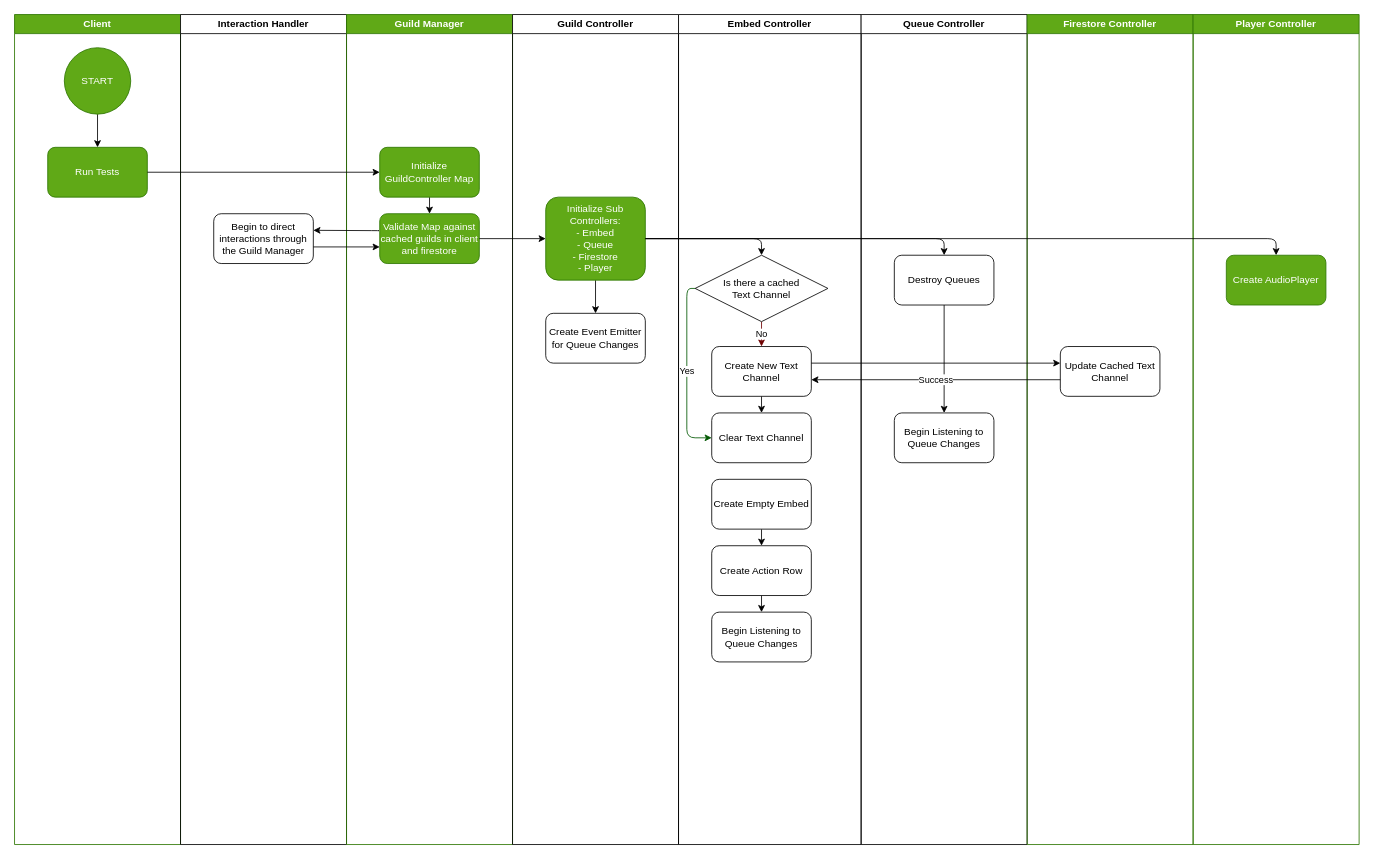
The draw.io diagram planning/draw.io/Initialization_Swimlane.drawio in LukeLeimbach/music-discord-bot, before the edit. Source tidied: cells renumbered, new cells numbered last; positions are measured from the earlier drawing's top-left corner, leaving out a move shared by most shapes. Both pictures are drawn from the tidied source at 83%, with x=0, y=0 at pixel (14, 14).
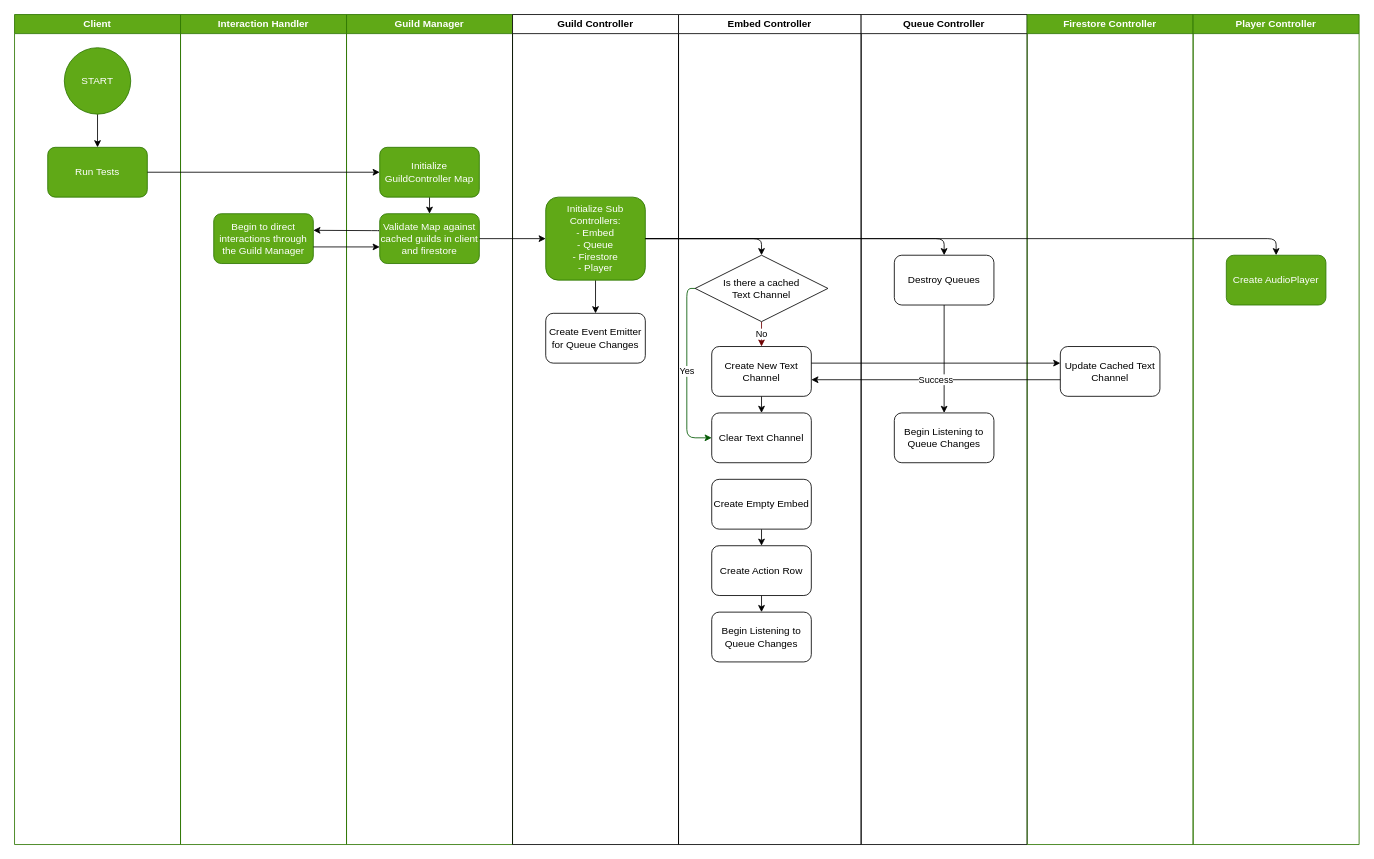
The same diagram, later.

The edit, as a diff of the source:
```diff
@@
-    <mxCell id="6" value="Interaction Handler" style="swimlane;whiteSpace=wrap;html=1;" parent="1" vertex="1">
+    <mxCell id="6" value="Interaction Handler" style="swimlane;whiteSpace=wrap;html=1;fillColor=#60a917;fontColor=#ffffff;strokeColor=#2D7600;" parent="1" vertex="1">
       <mxGeometry x="200" width="200" height="1000" as="geometry" />
     </mxCell>
-    <mxCell id="7" value="Begin to direct interactions through the Guild Manager" style="rounded=1;whiteSpace=wrap;html=1;" parent="6" vertex="1">
+    <mxCell id="7" value="Begin to direct interactions through the Guild Manager" style="rounded=1;whiteSpace=wrap;html=1;fillColor=#60a917;fontColor=#ffffff;strokeColor=#2D7600;" parent="6" vertex="1">
       <mxGeometry x="40" y="240" width="120" height="60" as="geometry" />
     </mxCell>
```
